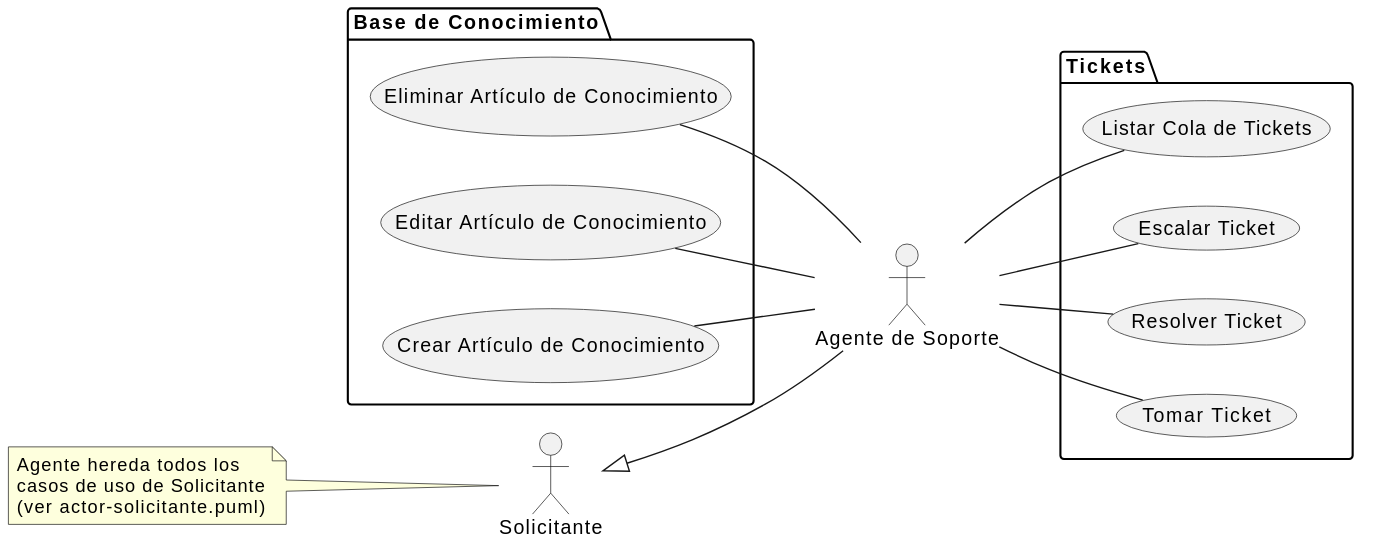
Above: puml/01-fase-inicio/casos-de-uso/actor-agente-soporte.svg in Dievex/01-HelpDesk (PlantUML), before the change.
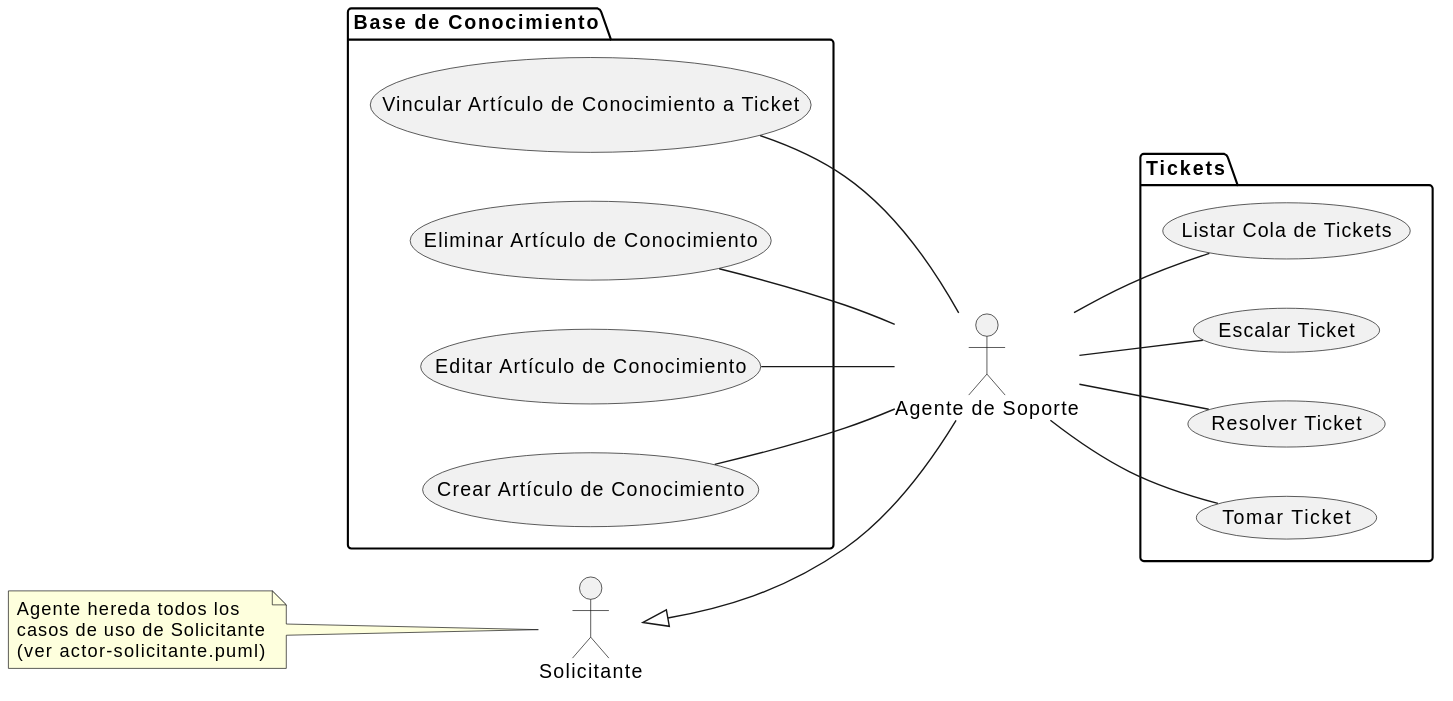
The same diagram one commit later.

The edit, as a diff of the source:
```diff
@@ -16,6 +16,7 @@
   usecase "Crear Artículo de Conocimiento" as UC15
   usecase "Editar Artículo de Conocimiento" as UC16
   usecase "Eliminar Artículo de Conocimiento" as UC17
+  usecase "Vincular Artículo de Conocimiento a Ticket" as UC43
 }
 
 package Tickets {
@@ -28,6 +29,7 @@
 UC15 -- Agente
 UC16 -- Agente
 UC17 -- Agente
+UC43 -- Agente
 
 Agente -- UC11
 Agente -- UC12
```
